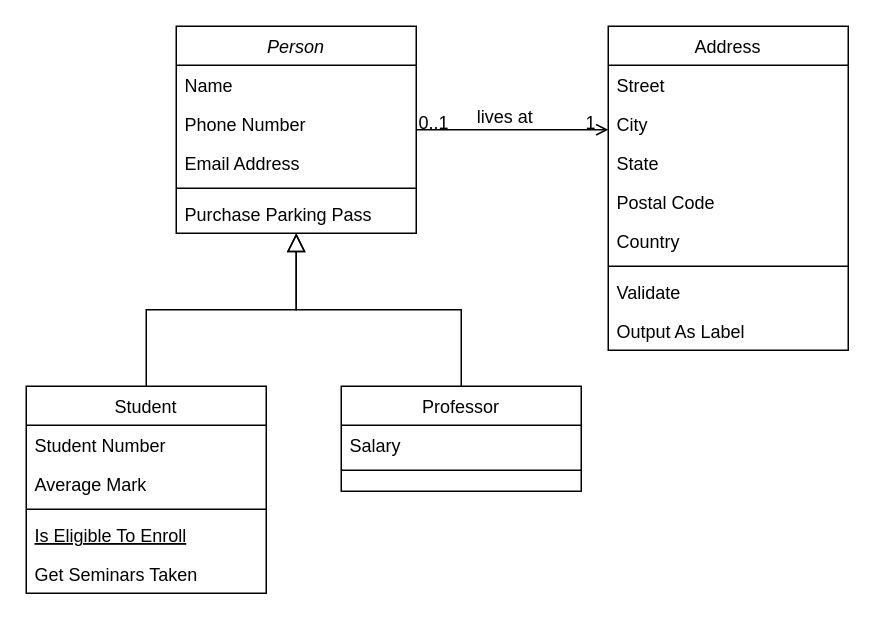
Before: Diagrama sin título.drawio in yhamil-18/Practica-De-Programacion1, a draw.io diagram. Source tidied: cells renumbered, new cells numbered last; positions are measured from the earlier drawing's top-left corner, leaving out a move shared by most shapes. Both pictures are drawn from the tidied source at 150%, with x=0, y=0 at pixel (26, 26).
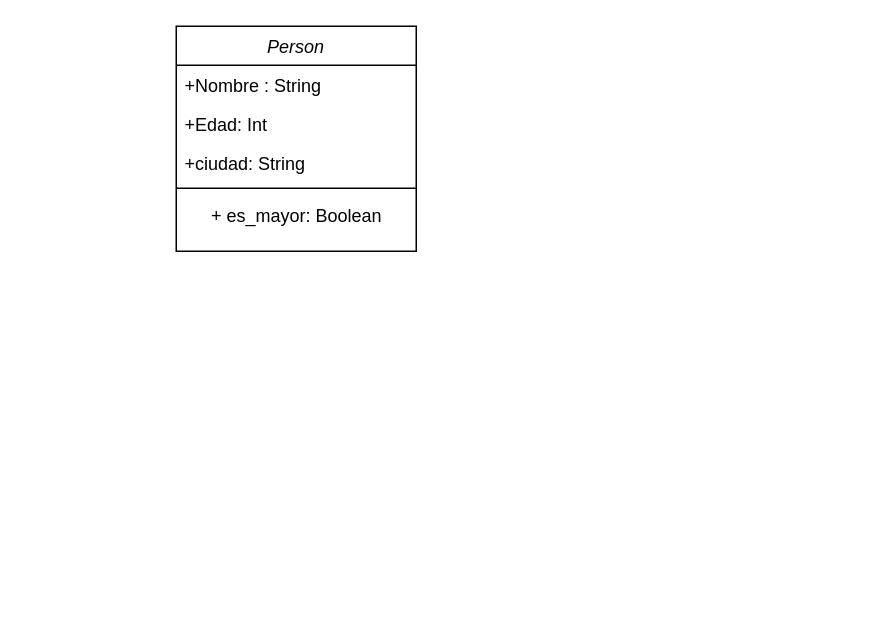
Above is the later version.

The edit, as a diff of the source:
```diff
@@
     <mxCell id="2" value="Person" style="swimlane;fontStyle=2;align=center;verticalAlign=top;horizontal=1;startSize=26;rounded=0;shadow=0;strokeWidth=1;" parent="1" vertex="1">
-      <mxGeometry x="100" width="160" height="138" as="geometry" />
+      <mxGeometry x="100" width="160" height="150" as="geometry" />
     </mxCell>
-    <mxCell id="3" value="Name" style="text;align=left;verticalAlign=top;spacingLeft=4;spacingRight=4;overflow=hidden;" parent="2" vertex="1">
+    <mxCell id="3" value="+Nombre : String" style="text;align=left;verticalAlign=top;spacingLeft=4;spacingRight=4;overflow=hidden;" parent="2" vertex="1">
       <mxGeometry y="26" width="160" height="26" as="geometry" />
     </mxCell>
-    <mxCell id="4" value="Phone Number" style="text;align=left;verticalAlign=top;spacingLeft=4;spacingRight=4;overflow=hidden;rounded=0;shadow=0;html=0;" parent="2" vertex="1">
+    <mxCell id="4" value="+Edad: Int" style="text;align=left;verticalAlign=top;spacingLeft=4;spacingRight=4;overflow=hidden;rounded=0;shadow=0;html=0;" parent="2" vertex="1">
       <mxGeometry y="52" width="160" height="26" as="geometry" />
     </mxCell>
-    <mxCell id="5" value="Email Address" style="text;align=left;verticalAlign=top;spacingLeft=4;spacingRight=4;overflow=hidden;rounded=0;shadow=0;html=0;" parent="2" vertex="1">
+    <mxCell id="5" value="+ciudad: String" style="text;align=left;verticalAlign=top;spacingLeft=4;spacingRight=4;overflow=hidden;rounded=0;shadow=0;html=0;" parent="2" vertex="1">
       <mxGeometry y="78" width="160" height="26" as="geometry" />
     </mxCell>
@@
-    <mxCell id="7" value="Purchase Parking Pass" style="text;align=left;verticalAlign=top;spacingLeft=4;spacingRight=4;overflow=hidden;" parent="2" vertex="1">
-      <mxGeometry y="112" width="160" height="26" as="geometry" />
-    </mxCell>
-    <mxCell id="8" value="Student" style="swimlane;fontStyle=0;align=center;verticalAlign=top;horizontal=1;startSize=26;rounded=0;shadow=0;strokeWidth=1;" parent="1" vertex="1">
-      <mxGeometry y="240" width="160" height="138" as="geometry" />
-    </mxCell>
-    <mxCell id="9" value="Student Number" style="text;align=left;verticalAlign=top;spacingLeft=4;spacingRight=4;overflow=hidden;" parent="8" vertex="1">
-      <mxGeometry y="26" width="160" height="26" as="geometry" />
-    </mxCell>
-    <mxCell id="10" value="Average Mark" style="text;align=left;verticalAlign=top;spacingLeft=4;spacingRight=4;overflow=hidden;rounded=0;shadow=0;html=0;" parent="8" vertex="1">
-      <mxGeometry y="52" width="160" height="26" as="geometry" />
-    </mxCell>
-    <mxCell id="11" style="line;html=1;strokeWidth=1;align=left;verticalAlign=middle;spacingTop=-1;spacingLeft=3;spacingRight=3;labelPosition=right;" parent="8" vertex="1">
-      <mxGeometry y="78" width="160" height="8" as="geometry" />
-    </mxCell>
-    <mxCell id="12" value="Is Eligible To Enroll" style="text;align=left;verticalAlign=top;spacingLeft=4;spacingRight=4;overflow=hidden;fontStyle=4;" parent="8" vertex="1">
-      <mxGeometry y="86" width="160" height="26" as="geometry" />
-    </mxCell>
-    <mxCell id="13" value="Get Seminars Taken" style="text;align=left;verticalAlign=top;spacingLeft=4;spacingRight=4;overflow=hidden;" parent="8" vertex="1">
-      <mxGeometry y="112" width="160" height="26" as="geometry" />
-    </mxCell>
-    <mxCell id="14" style="endArrow=block;endSize=10;endFill=0;shadow=0;strokeWidth=1;rounded=0;curved=0;edgeStyle=elbowEdgeStyle;elbow=vertical;" parent="1" edge="1" source="8" target="2">
-      <mxGeometry relative="1" as="geometry" />
-    </mxCell>
-    <mxCell id="15" value="Professor" style="swimlane;fontStyle=0;align=center;verticalAlign=top;horizontal=1;startSize=26;rounded=0;shadow=0;strokeWidth=1;" parent="1" vertex="1">
-      <mxGeometry x="210" y="240" width="160" height="70" as="geometry" />
-    </mxCell>
-    <mxCell id="16" value="Salary" style="text;align=left;verticalAlign=top;spacingLeft=4;spacingRight=4;overflow=hidden;" parent="15" vertex="1">
-      <mxGeometry y="26" width="160" height="26" as="geometry" />
-    </mxCell>
-    <mxCell id="17" style="line;html=1;strokeWidth=1;align=left;verticalAlign=middle;spacingTop=-1;spacingLeft=3;spacingRight=3;labelPosition=right;" parent="15" vertex="1">
-      <mxGeometry y="52" width="160" height="8" as="geometry" />
-    </mxCell>
-    <mxCell id="18" style="endArrow=block;endSize=10;endFill=0;shadow=0;strokeWidth=1;rounded=0;curved=0;edgeStyle=elbowEdgeStyle;elbow=vertical;" parent="1" edge="1" source="15" target="2">
-      <mxGeometry relative="1" as="geometry" />
-    </mxCell>
-    <mxCell id="19" value="Address" style="swimlane;fontStyle=0;align=center;verticalAlign=top;horizontal=1;startSize=26;rounded=0;shadow=0;strokeWidth=1;" parent="1" vertex="1">
-      <mxGeometry x="388" width="160" height="216" as="geometry" />
-    </mxCell>
-    <mxCell id="20" value="Street" style="text;align=left;verticalAlign=top;spacingLeft=4;spacingRight=4;overflow=hidden;" parent="19" vertex="1">
-      <mxGeometry y="26" width="160" height="26" as="geometry" />
-    </mxCell>
-    <mxCell id="21" value="City" style="text;align=left;verticalAlign=top;spacingLeft=4;spacingRight=4;overflow=hidden;rounded=0;shadow=0;html=0;" parent="19" vertex="1">
-      <mxGeometry y="52" width="160" height="26" as="geometry" />
-    </mxCell>
-    <mxCell id="22" value="State" style="text;align=left;verticalAlign=top;spacingLeft=4;spacingRight=4;overflow=hidden;rounded=0;shadow=0;html=0;" parent="19" vertex="1">
-      <mxGeometry y="78" width="160" height="26" as="geometry" />
-    </mxCell>
-    <mxCell id="23" value="Postal Code" style="text;align=left;verticalAlign=top;spacingLeft=4;spacingRight=4;overflow=hidden;rounded=0;shadow=0;html=0;" parent="19" vertex="1">
-      <mxGeometry y="104" width="160" height="26" as="geometry" />
-    </mxCell>
-    <mxCell id="24" value="Country" style="text;align=left;verticalAlign=top;spacingLeft=4;spacingRight=4;overflow=hidden;rounded=0;shadow=0;html=0;" parent="19" vertex="1">
-      <mxGeometry y="130" width="160" height="26" as="geometry" />
-    </mxCell>
-    <mxCell id="25" style="line;html=1;strokeWidth=1;align=left;verticalAlign=middle;spacingTop=-1;spacingLeft=3;spacingRight=3;labelPosition=right;" parent="19" vertex="1">
-      <mxGeometry y="156" width="160" height="8" as="geometry" />
-    </mxCell>
-    <mxCell id="26" value="Validate" style="text;align=left;verticalAlign=top;spacingLeft=4;spacingRight=4;overflow=hidden;" parent="19" vertex="1">
-      <mxGeometry y="164" width="160" height="26" as="geometry" />
-    </mxCell>
-    <mxCell id="27" value="Output As Label" style="text;align=left;verticalAlign=top;spacingLeft=4;spacingRight=4;overflow=hidden;" parent="19" vertex="1">
-      <mxGeometry y="190" width="160" height="26" as="geometry" />
-    </mxCell>
-    <mxCell id="28" style="endArrow=open;shadow=0;strokeWidth=1;rounded=0;curved=0;endFill=1;edgeStyle=elbowEdgeStyle;elbow=vertical;" parent="1" edge="1" source="2" target="19">
-      <mxGeometry x="0.5" y="41" relative="1" as="geometry">
-        <mxPoint x="-40" y="32" as="offset" />
-      </mxGeometry>
-    </mxCell>
-    <mxCell id="29" value="0..1" style="align=left;verticalAlign=bottom;labelBackgroundColor=none;fontSize=12;" parent="28" vertex="1">
-      <mxGeometry x="-1" relative="1" as="geometry">
-        <mxPoint y="4" as="offset" />
-      </mxGeometry>
-    </mxCell>
-    <mxCell id="30" value="1" style="align=right;verticalAlign=bottom;labelBackgroundColor=none;fontSize=12;" parent="28" vertex="1">
-      <mxGeometry x="1" relative="1" as="geometry">
-        <mxPoint x="-7" y="4" as="offset" />
-      </mxGeometry>
-    </mxCell>
-    <mxCell id="31" value="lives at" style="text;html=1;align=center;verticalAlign=middle;labelBackgroundColor=none;rounded=0;shadow=0;strokeWidth=1;fontSize=12;" parent="28" vertex="1">
-      <mxGeometry x="0.5" y="49" relative="1" as="geometry">
-        <mxPoint x="-38" y="40" as="offset" />
-      </mxGeometry>
-    </mxCell>
+    <mxCell id="32" value="+ es_mayor: Boolean" style="text;html=1;align=center;verticalAlign=middle;strokeColor=none;fillColor=none;" parent="2" vertex="1">
+      <mxGeometry y="112" width="160" height="30" as="geometry" />
+    </mxCell>
```
